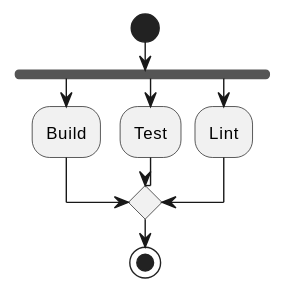
Above: docs/images/build-test-lint-workflow.svg in ITU-BDSA2024-GROUP17/Chirp (PlantUML), before the change.
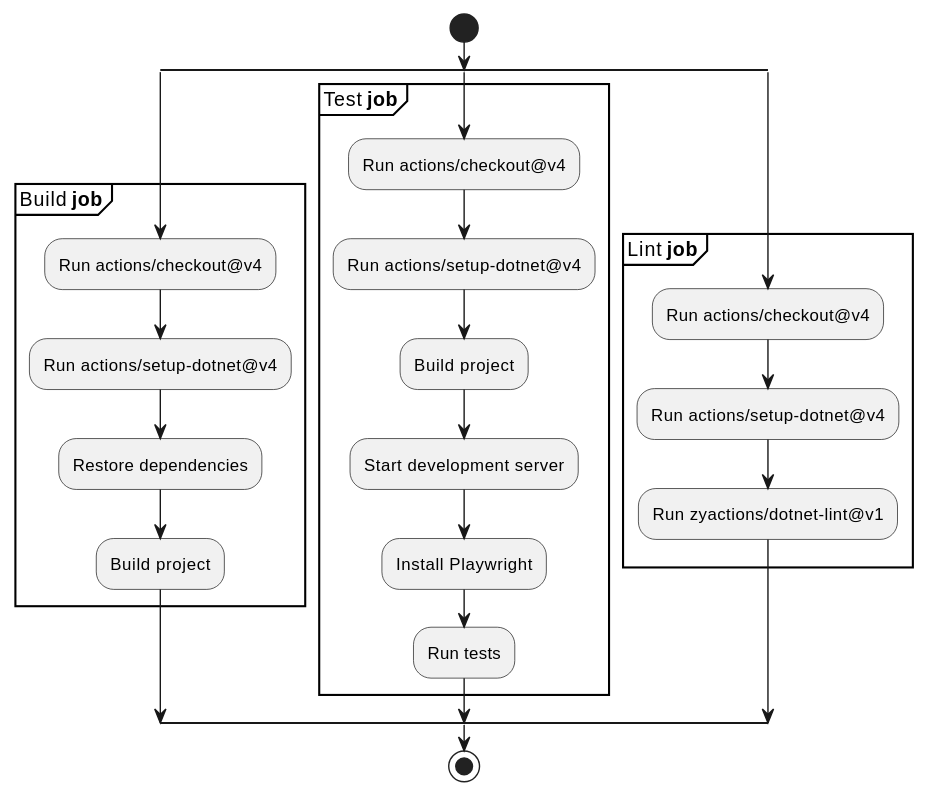
The same diagram one commit later.

Diff of the diagram source:
```diff
@@ -1,11 +1,27 @@
 @startuml
 start
-fork
-  :Build;
-fork again
-  :Test;
-fork again
-  :Lint;
-end merge
+split
+    partition Build **job** {
+        :Run actions/checkout@v4;
+        :Run actions/setup-dotnet@v4;
+        :Restore dependencies;
+        :Build project;
+    }
+split again
+    partition Test **job** {
+        :Run actions/checkout@v4;
+        :Run actions/setup-dotnet@v4;
+        :Build project;
+        :Start development server;
+        :Install Playwright;
+        :Run tests;
+    }
+split again
+    partition Lint **job** {
+        :Run actions/checkout@v4;
+        :Run actions/setup-dotnet@v4;
+        :Run zyactions/dotnet-lint@v1;
+    }
+end split
 stop
 @enduml
```
